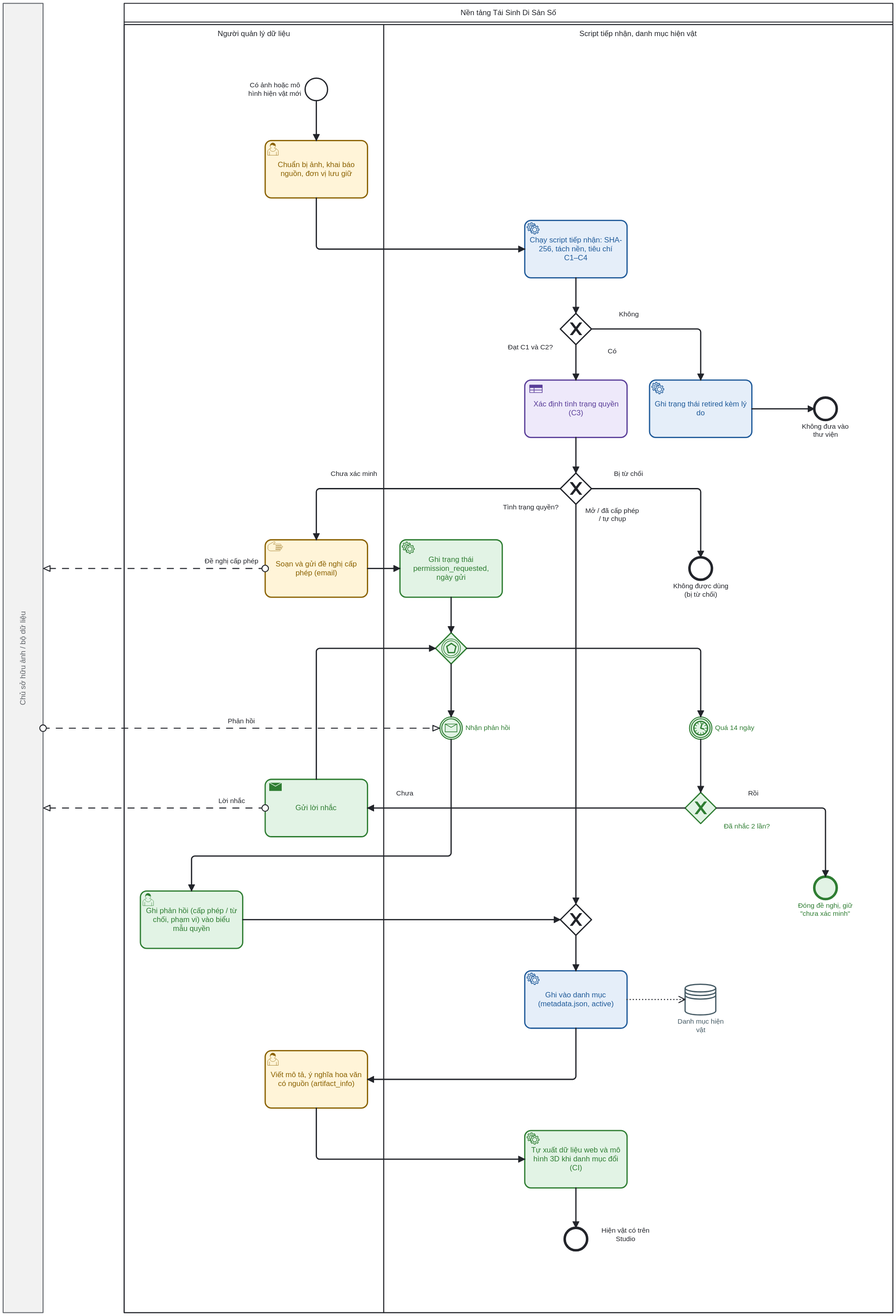
Before: docs/business-analysis/diagrams/BP-04_tiep-nhan-hien-vat_TO-BE.svg, a diagram exported from BPMN (quoczai22/tai-sinh-di-san-so-ai). Its source is kept beside it as docs/business-analysis/diagrams/BP-04_tiep-nhan-hien-vat_TO-BE.bpmn. Ids are renumbered.
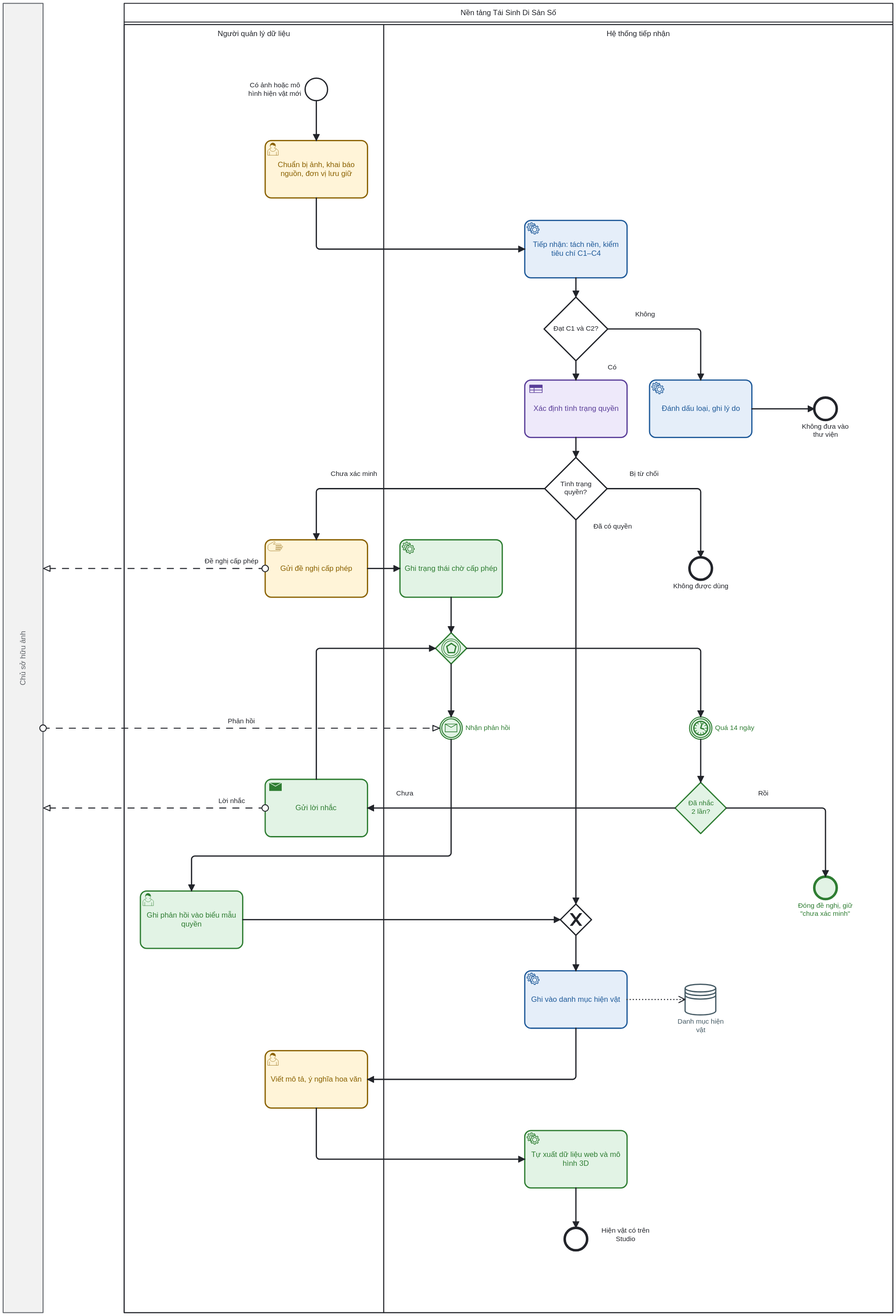
Above is the later version.

Diff of the diagram source:
```diff
@@ -2,7 +2,7 @@
   <bpmn:dataStore id="Store_DS" name="Danh mục hiện vật" />
   <bpmn:collaboration id="Collab_BP04_TOBE">
     <bpmn:participant id="P" name="Nền tảng Tái Sinh Di Sản Số" processRef="Proc_P" />
-    <bpmn:participant id="OWN" name="Chủ sở hữu ảnh / bộ dữ liệu" />
+    <bpmn:participant id="OWN" name="Chủ sở hữu ảnh" />
     <bpmn:messageFlow id="Msg_T5c_OWN" name="Lời nhắc" sourceRef="T5c" targetRef="OWN" />
     <bpmn:messageFlow id="Msg_T5_OWN" name="Đề nghị cấp phép" sourceRef="T5" targetRef="OWN" />
     <bpmn:messageFlow id="Msg_OWN_IC1" name="Phản hồi" sourceRef="OWN" targetRef="IC1" />
@@ -17,7 +17,7 @@
         <bpmn:flowNodeRef>T6</bpmn:flowNodeRef>
         <bpmn:flowNodeRef>T8</bpmn:flowNodeRef>
       </bpmn:lane>
-      <bpmn:lane id="L_SYS" name="Script tiếp nhận, danh mục hiện vật">
+      <bpmn:lane id="L_SYS" name="Hệ thống tiếp nhận">
         <bpmn:flowNodeRef>T2</bpmn:flowNodeRef>
         <bpmn:flowNodeRef>G1</bpmn:flowNodeRef>
         <bpmn:flowNodeRef>T3</bpmn:flowNodeRef>
@@ -44,7 +44,7 @@
       <bpmn:incoming>Flow_S_T1</bpmn:incoming>
       <bpmn:outgoing>Flow_T1_T2</bpmn:outgoing>
     </bpmn:userTask>
-    <bpmn:serviceTask id="T2" name="Chạy script tiếp nhận: SHA-256, tách nền, tiêu chí C1–C4">
+    <bpmn:serviceTask id="T2" name="Tiếp nhận: tách nền, kiểm tiêu chí C1–C4">
       <bpmn:incoming>Flow_T1_T2</bpmn:incoming>
       <bpmn:outgoing>Flow_T2_G1</bpmn:outgoing>
     </bpmn:serviceTask>
@@ -53,31 +53,31 @@
       <bpmn:outgoing>Flow_G1_T3</bpmn:outgoing>
       <bpmn:outgoing>Flow_G1_T4</bpmn:outgoing>
     </bpmn:exclusiveGateway>
-    <bpmn:serviceTask id="T3" name="Ghi trạng thái retired kèm lý do">
+    <bpmn:serviceTask id="T3" name="Đánh dấu loại, ghi lý do">
       <bpmn:incoming>Flow_G1_T3</bpmn:incoming>
       <bpmn:outgoing>Flow_T3_E1</bpmn:outgoing>
     </bpmn:serviceTask>
     <bpmn:endEvent id="E1" name="Không đưa vào thư viện">
       <bpmn:incoming>Flow_T3_E1</bpmn:incoming>
     </bpmn:endEvent>
-    <bpmn:businessRuleTask id="T4" name="Xác định tình trạng quyền (C3)">
+    <bpmn:businessRuleTask id="T4" name="Xác định tình trạng quyền">
       <bpmn:incoming>Flow_G1_T4</bpmn:incoming>
       <bpmn:outgoing>Flow_T4_G2</bpmn:outgoing>
     </bpmn:businessRuleTask>
-    <bpmn:exclusiveGateway id="G2" name="Tình trạng quyền?">
+    <bpmn:exclusiveGateway id="G2" name="Tình trạng&#10;quyền?">
       <bpmn:incoming>Flow_T4_G2</bpmn:incoming>
       <bpmn:outgoing>Flow_G2_E2</bpmn:outgoing>
       <bpmn:outgoing>Flow_G2_T5</bpmn:outgoing>
       <bpmn:outgoing>Flow_G2_M1</bpmn:outgoing>
     </bpmn:exclusiveGateway>
-    <bpmn:endEvent id="E2" name="Không được dùng (bị từ chối)">
+    <bpmn:endEvent id="E2" name="Không được dùng">
       <bpmn:incoming>Flow_G2_E2</bpmn:incoming>
     </bpmn:endEvent>
-    <bpmn:manualTask id="T5" name="Soạn và gửi đề nghị cấp phép (email)">
+    <bpmn:manualTask id="T5" name="Gửi đề nghị cấp phép">
       <bpmn:incoming>Flow_G2_T5</bpmn:incoming>
       <bpmn:outgoing>Flow_T5_T5b</bpmn:outgoing>
     </bpmn:manualTask>
-    <bpmn:serviceTask id="T5b" name="Ghi trạng thái permission_requested, ngày gửi">
+    <bpmn:serviceTask id="T5b" name="Ghi trạng thái chờ cấp phép">
       <bpmn:incoming>Flow_T5_T5b</bpmn:incoming>
       <bpmn:outgoing>Flow_T5b_EB</bpmn:outgoing>
     </bpmn:serviceTask>
@@ -99,7 +99,7 @@
         <bpmn:timeDuration xsi:type="bpmn:tFormalExpression">P14D</bpmn:timeDuration>
       </bpmn:timerEventDefinition>
     </bpmn:intermediateCatchEvent>
-    <bpmn:exclusiveGateway id="G3" name="Đã nhắc 2 lần?">
+    <bpmn:exclusiveGateway id="G3" name="Đã nhắc&#10;2 lần?">
       <bpmn:incoming>Flow_IC2_G3</bpmn:incoming>
       <bpmn:outgoing>Flow_G3_T5c</bpmn:outgoing>
       <bpmn:outgoing>Flow_G3_E3</bpmn:outgoing>
@@ -108,7 +108,7 @@
       <bpmn:incoming>Flow_G3_T5c</bpmn:incoming>
       <bpmn:outgoing>Flow_T5c_EB</bpmn:outgoing>
     </bpmn:sendTask>
-    <bpmn:userTask id="T6" name="Ghi phản hồi (cấp phép / từ chối, phạm vi) vào biểu mẫu quyền">
+    <bpmn:userTask id="T6" name="Ghi phản hồi vào biểu mẫu quyền">
       <bpmn:incoming>Flow_IC1_T6</bpmn:incoming>
       <bpmn:outgoing>Flow_T6_M1</bpmn:outgoing>
     </bpmn:userTask>
@@ -120,7 +120,7 @@
       <bpmn:incoming>Flow_T6_M1</bpmn:incoming>
       <bpmn:outgoing>Flow_M1_T7</bpmn:outgoing>
     </bpmn:exclusiveGateway>
-    <bpmn:serviceTask id="T7" name="Ghi vào danh mục (metadata.json, active)">
+    <bpmn:serviceTask id="T7" name="Ghi vào danh mục hiện vật">
       <bpmn:incoming>Flow_M1_T7</bpmn:incoming>
       <bpmn:outgoing>Flow_T7_T8</bpmn:outgoing>
       <bpmn:dataOutputAssociation id="Data_T7_DS">
@@ -128,11 +128,11 @@
       </bpmn:dataOutputAssociation>
     </bpmn:serviceTask>
     <bpmn:dataStoreReference id="DS" name="Danh mục hiện vật" dataStoreRef="Store_DS" />
-    <bpmn:userTask id="T8" name="Viết mô tả, ý nghĩa hoa văn có nguồn (artifact_info)">
+    <bpmn:userTask id="T8" name="Viết mô tả, ý nghĩa hoa văn">
       <bpmn:incoming>Flow_T7_T8</bpmn:incoming>
       <bpmn:outgoing>Flow_T8_T9</bpmn:outgoing>
     </bpmn:userTask>
-    <bpmn:serviceTask id="T9" name="Tự xuất dữ liệu web và mô hình 3D khi danh mục đổi (CI)">
+    <bpmn:serviceTask id="T9" name="Tự xuất dữ liệu web và mô hình 3D">
       <bpmn:incoming>Flow_T8_T9</bpmn:incoming>
       <bpmn:outgoing>Flow_T9_E4</bpmn:outgoing>
     </bpmn:serviceTask>
@@ -156,7 +156,7 @@
     <bpmn:sequenceFlow id="Flow_G2_T5" name="Chưa xác minh" sourceRef="G2" targetRef="T5">
       <bpmn:conditionExpression xsi:type="bpmn:tFormalExpression">rights_status = unverified</bpmn:conditionExpression>
     </bpmn:sequenceFlow>
-    <bpmn:sequenceFlow id="Flow_G2_M1" name="Mở / đã cấp phép / tự chụp" sourceRef="G2" targetRef="M1">
+    <bpmn:sequenceFlow id="Flow_G2_M1" name="Đã có quyền" sourceRef="G2" targetRef="M1">
       <bpmn:conditionExpression xsi:type="bpmn:tFormalExpression">rights_status ∈ publishable_statuses</bpmn:conditionExpression>
     </bpmn:sequenceFlow>
     <bpmn:sequenceFlow id="Flow_T5_T5b" name="" sourceRef="T5" targetRef="T5b" />
@@ -201,10 +201,10 @@
       <bpmndi:BPMNShape id="T2_di" bpmnElement="T2" color:background-color="#E4EEF9" color:border-color="#1F5A99">
         <dc:Bounds x="856" y="368" width="164" height="92" />
       </bpmndi:BPMNShape>
-      <bpmndi:BPMNShape id="G1_di" bpmnElement="G1" isMarkerVisible="true">
-        <dc:Bounds x="913" y="517" width="50" height="50" />
+      <bpmndi:BPMNShape id="G1_di" bpmnElement="G1" isMarkerVisible="false">
+        <dc:Bounds x="887" y="491" width="102" height="102" />
         <bpmndi:BPMNLabel>
-          <dc:Bounds x="809" y="565" width="112" height="40" />
+          <dc:Bounds x="902" y="535" width="71" height="14" />
         </bpmndi:BPMNLabel>
       </bpmndi:BPMNShape>
       <bpmndi:BPMNShape id="T3_di" bpmnElement="T3" color:background-color="#E4EEF9" color:border-color="#1F5A99">
@@ -219,10 +219,10 @@
       <bpmndi:BPMNShape id="T4_di" bpmnElement="T4" color:background-color="#EEE8FA" color:border-color="#5A3E99">
         <dc:Bounds x="856" y="624" width="164" height="92" />
       </bpmndi:BPMNShape>
-      <bpmndi:BPMNShape id="G2_di" bpmnElement="G2" isMarkerVisible="true">
-        <dc:Bounds x="913" y="773" width="50" height="50" />
+      <bpmndi:BPMNShape id="G2_di" bpmnElement="G2" isMarkerVisible="false">
+        <dc:Bounds x="888" y="748" width="100" height="100" />
         <bpmndi:BPMNLabel>
-          <dc:Bounds x="809" y="821" width="112" height="40" />
+          <dc:Bounds x="910" y="784" width="55" height="28" />
         </bpmndi:BPMNLabel>
       </bpmndi:BPMNShape>
       <bpmndi:BPMNShape id="E2_di" bpmnElement="E2">
@@ -252,10 +252,10 @@
           <dc:Bounds x="1161" y="1175" width="64" height="14" />
         </bpmndi:BPMNLabel>
       </bpmndi:BPMNShape>
-      <bpmndi:BPMNShape id="G3_di" bpmnElement="G3" isMarkerVisible="true" color:background-color="#E1F3E4" color:border-color="#2E7D32">
-        <dc:Bounds x="1113" y="1285" width="50" height="50" />
+      <bpmndi:BPMNShape id="G3_di" bpmnElement="G3" isMarkerVisible="false" color:background-color="#E1F3E4" color:border-color="#2E7D32">
+        <dc:Bounds x="1097" y="1269" width="82" height="82" />
         <bpmndi:BPMNLabel>
-          <dc:Bounds x="1155" y="1333" width="112" height="40" />
+          <dc:Bounds x="1119" y="1296" width="38" height="28" />
         </bpmndi:BPMNLabel>
       </bpmndi:BPMNShape>
       <bpmndi:BPMNShape id="T5c_di" bpmnElement="T5c" color:background-color="#E1F3E4" color:border-color="#2E7D32">
@@ -305,14 +305,14 @@
       </bpmndi:BPMNEdge>
       <bpmndi:BPMNEdge id="Flow_T2_G1_di" bpmnElement="Flow_T2_G1">
         <di:waypoint x="938" y="460" />
-        <di:waypoint x="938" y="517" />
+        <di:waypoint x="938" y="491" />
       </bpmndi:BPMNEdge>
       <bpmndi:BPMNEdge id="Flow_G1_T3_di" bpmnElement="Flow_G1_T3">
-        <di:waypoint x="963" y="542" />
+        <di:waypoint x="989" y="542" />
         <di:waypoint x="1138" y="542" />
         <di:waypoint x="1138" y="624" />
         <bpmndi:BPMNLabel>
-          <dc:Bounds x="971" y="512" width="104" height="28" />
+          <dc:Bounds x="997" y="512" width="104" height="28" />
         </bpmndi:BPMNLabel>
       </bpmndi:BPMNEdge>
       <bpmndi:BPMNEdge id="Flow_T3_E1_di" bpmnElement="Flow_T3_E1">
@@ -320,26 +320,26 @@
         <di:waypoint x="1320" y="670" />
       </bpmndi:BPMNEdge>
       <bpmndi:BPMNEdge id="Flow_G1_T4_di" bpmnElement="Flow_G1_T4">
-        <di:waypoint x="938" y="567" />
+        <di:waypoint x="938" y="593" />
         <di:waypoint x="938" y="624" />
         <bpmndi:BPMNLabel>
-          <dc:Bounds x="944" y="571" width="104" height="28" />
+          <dc:Bounds x="944" y="597" width="104" height="28" />
         </bpmndi:BPMNLabel>
       </bpmndi:BPMNEdge>
       <bpmndi:BPMNEdge id="Flow_T4_G2_di" bpmnElement="Flow_T4_G2">
         <di:waypoint x="938" y="716" />
-        <di:waypoint x="938" y="773" />
+        <di:waypoint x="938" y="748" />
       </bpmndi:BPMNEdge>
       <bpmndi:BPMNEdge id="Flow_G2_E2_di" bpmnElement="Flow_G2_E2">
-        <di:waypoint x="963" y="798" />
+        <di:waypoint x="988" y="798" />
         <di:waypoint x="1138" y="798" />
         <di:waypoint x="1138" y="908" />
         <bpmndi:BPMNLabel>
-          <dc:Bounds x="971" y="768" width="104" height="28" />
+          <dc:Bounds x="996" y="768" width="104" height="28" />
         </bpmndi:BPMNLabel>
       </bpmndi:BPMNEdge>
       <bpmndi:BPMNEdge id="Flow_G2_T5_di" bpmnElement="Flow_G2_T5">
-        <di:waypoint x="913" y="798" />
+        <di:waypoint x="888" y="798" />
         <di:waypoint x="522" y="798" />
         <di:waypoint x="522" y="880" />
         <bpmndi:BPMNLabel>
@@ -347,10 +347,10 @@
         </bpmndi:BPMNLabel>
       </bpmndi:BPMNEdge>
       <bpmndi:BPMNEdge id="Flow_G2_M1_di" bpmnElement="Flow_G2_M1">
-        <di:waypoint x="938" y="823" />
+        <di:waypoint x="938" y="848" />
         <di:waypoint x="938" y="1464" />
         <bpmndi:BPMNLabel>
-          <dc:Bounds x="944" y="827" width="104" height="28" />
+          <dc:Bounds x="944" y="852" width="104" height="28" />
         </bpmndi:BPMNLabel>
       </bpmndi:BPMNEdge>
       <bpmndi:BPMNEdge id="Flow_T5_T5b_di" bpmnElement="Flow_T5_T5b">
@@ -372,10 +372,10 @@
       </bpmndi:BPMNEdge>
       <bpmndi:BPMNEdge id="Flow_IC2_G3_di" bpmnElement="Flow_IC2_G3">
         <di:waypoint x="1138" y="1200" />
-        <di:waypoint x="1138" y="1285" />
+        <di:waypoint x="1138" y="1269" />
       </bpmndi:BPMNEdge>
       <bpmndi:BPMNEdge id="Flow_G3_T5c_di" bpmnElement="Flow_G3_T5c">
-        <di:waypoint x="1113" y="1310" />
+        <di:waypoint x="1097" y="1310" />
         <di:waypoint x="604" y="1310" />
         <bpmndi:BPMNLabel>
           <dc:Bounds x="612" y="1280" width="104" height="28" />
@@ -387,11 +387,11 @@
         <di:waypoint x="713" y="1054" />
       </bpmndi:BPMNEdge>
       <bpmndi:BPMNEdge id="Flow_G3_E3_di" bpmnElement="Flow_G3_E3">
-        <di:waypoint x="1163" y="1310" />
+        <di:waypoint x="1179" y="1310" />
         <di:waypoint x="1338" y="1310" />
         <di:waypoint x="1338" y="1420" />
         <bpmndi:BPMNLabel>
-          <dc:Bounds x="1171" y="1280" width="104" height="28" />
+          <dc:Bounds x="1187" y="1280" width="104" height="28" />
         </bpmndi:BPMNLabel>
       </bpmndi:BPMNEdge>
       <bpmndi:BPMNEdge id="Flow_IC1_T6_di" bpmnElement="Flow_IC1_T6">
```
